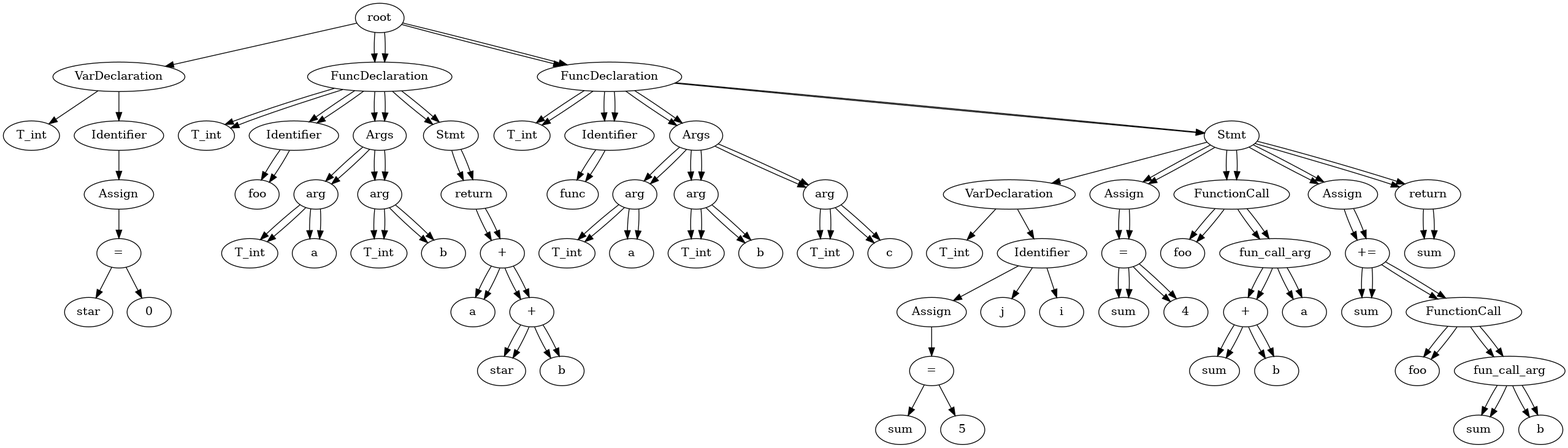
Earlier version of the Graphviz export test.gv.png (Jstar49/starCC). Its source is kept beside it as test.gv. The source it was exported from:
```dot
digraph {
	None [label=root]
	0 [label=VarDeclaration]
	None -> 0
	1 [label=T_int]
	0 -> 1
	2 [label=Identifier]
	0 -> 2
	3 [label=Assign]
	2 -> 3
	5 [label="="]
	3 -> 5
	4 [label=star]
	5 -> 4
	6 [label=0]
	5 -> 6
	7 [label=FuncDeclaration]
	None -> 7
	8 [label=T_int]
	7 -> 8
	9 [label=Identifier]
	7 -> 9
	10 [label=foo]
	9 -> 10
	11 [label=Args]
	7 -> 11
	12 [label=arg]
	11 -> 12
	13 [label=T_int]
	12 -> 13
	14 [label=a]
	12 -> 14
	15 [label=arg]
	11 -> 15
	16 [label=T_int]
	15 -> 16
	17 [label=b]
	15 -> 17
	18 [label=Stmt]
	7 -> 18
	19 [label=return]
	18 -> 19
	21 [label="+"]
	19 -> 21
	20 [label=a]
	21 -> 20
	23 [label="+"]
	21 -> 23
	22 [label=star]
	23 -> 22
	24 [label=b]
	23 -> 24
	25 [label=FuncDeclaration]
	None -> 25
	26 [label=T_int]
	25 -> 26
	27 [label=Identifier]
	25 -> 27
	28 [label=func]
	27 -> 28
	29 [label=Args]
	25 -> 29
	30 [label=arg]
	29 -> 30
	31 [label=T_int]
	30 -> 31
	32 [label=a]
	30 -> 32
	33 [label=arg]
	29 -> 33
	34 [label=T_int]
	33 -> 34
	35 [label=b]
	33 -> 35
	36 [label=arg]
	29 -> 36
	37 [label=T_int]
	36 -> 37
	38 [label=c]
	36 -> 38
	39 [label=Stmt]
	25 -> 39
	40 [label=VarDeclaration]
	39 -> 40
	41 [label=T_int]
	40 -> 41
	42 [label=Identifier]
	40 -> 42
	43 [label=Assign]
	42 -> 43
	45 [label="="]
	43 -> 45
	44 [label=sum]
	45 -> 44
	46 [label=5]
	45 -> 46
	47 [label=j]
	42 -> 47
	48 [label=i]
	42 -> 48
	49 [label=Assign]
	39 -> 49
	51 [label="="]
	49 -> 51
	50 [label=sum]
	51 -> 50
	52 [label=4]
	51 -> 52
	53 [label=FunctionCall]
	39 -> 53
	54 [label=foo]
	53 -> 54
	55 [label=fun_call_arg]
	53 -> 55
	57 [label="+"]
	55 -> 57
	56 [label=sum]
	57 -> 56
	58 [label=b]
	57 -> 58
	59 [label=a]
	55 -> 59
	60 [label=Assign]
	39 -> 60
	62 [label="+="]
	60 -> 62
	61 [label=sum]
	62 -> 61
	63 [label=FunctionCall]
	62 -> 63
	64 [label=foo]
	63 -> 64
	65 [label=fun_call_arg]
	63 -> 65
	66 [label=sum]
	65 -> 66
	67 [label=b]
	65 -> 67
	68 [label=return]
	39 -> 68
	69 [label=sum]
	68 -> 69
	None [label=root]
	7 [label=FuncDeclaration]
	None -> 7
	8 [label=T_int]
	7 -> 8
	9 [label=Identifier]
	7 -> 9
	10 [label=foo]
	9 -> 10
	11 [label=Args]
	7 -> 11
	12 [label=arg]
	11 -> 12
	13 [label=T_int]
	12 -> 13
	14 [label=a]
	12 -> 14
	15 [label=arg]
	11 -> 15
	16 [label=T_int]
	15 -> 16
	17 [label=b]
	15 -> 17
	18 [label=Stmt]
	7 -> 18
	19 [label=return]
	18 -> 19
	21 [label="+"]
	19 -> 21
	20 [label=a]
	21 -> 20
	23 [label="+"]
	21 -> 23
	22 [label=star]
	23 -> 22
	24 [label=b]
	23 -> 24
	25 [label=FuncDeclaration]
	None -> 25
	26 [label=T_int]
	25 -> 26
	27 [label=Identifier]
	25 -> 27
	28 [label=func]
	27 -> 28
	29 [label=Args]
	25 -> 29
	30 [label=arg]
	29 -> 30
	31 [label=T_int]
	30 -> 31
	32 [label=a]
	30 -> 32
	33 [label=arg]
	29 -> 33
	34 [label=T_int]
	33 -> 34
	35 [label=b]
	33 -> 35
	36 [label=arg]
	29 -> 36
	37 [label=T_int]
	36 -> 37
	38 [label=c]
	36 -> 38
	39 [label=Stmt]
	25 -> 39
	49 [label=Assign]
	39 -> 49
	51 [label="="]
	49 -> 51
	50 [label=sum]
	51 -> 50
	52 [label=4]
	51 -> 52
	53 [label=FunctionCall]
	39 -> 53
	54 [label=foo]
	53 -> 54
	55 [label=fun_call_arg]
	53 -> 55
	57 [label="+"]
	55 -> 57
	56 [label=sum]
	57 -> 56
	58 [label=b]
	57 -> 58
	59 [label=a]
	55 -> 59
	60 [label=Assign]
	39 -> 60
	62 [label="+="]
	60 -> 62
	61 [label=sum]
	62 -> 61
	63 [label=FunctionCall]
	62 -> 63
	64 [label=foo]
	63 -> 64
	65 [label=fun_call_arg]
	63 -> 65
	66 [label=sum]
	65 -> 66
	67 [label=b]
	65 -> 67
	68 [label=return]
	39 -> 68
	69 [label=sum]
	68 -> 69
}
```
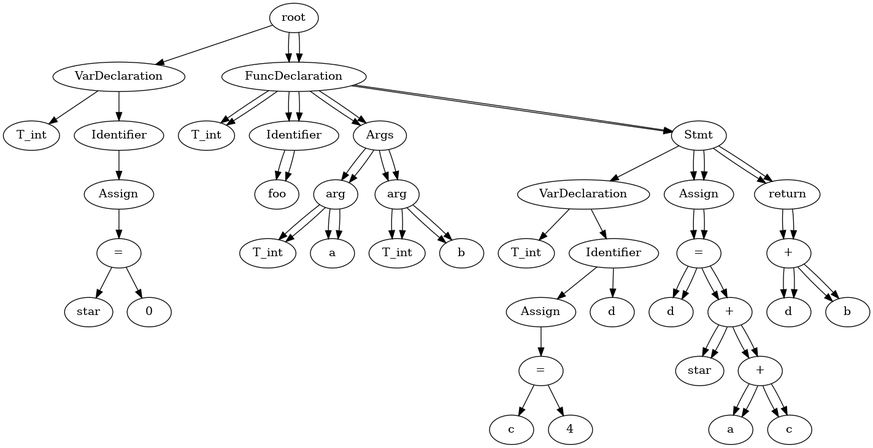
Above is the later version.

Change to the diagram source:
```diff
@@ -38,108 +38,46 @@
 	15 -> 17
 	18 [label=Stmt]
 	7 -> 18
-	19 [label=return]
+	19 [label=VarDeclaration]
 	18 -> 19
-	21 [label="+"]
+	20 [label=T_int]
+	19 -> 20
+	21 [label=Identifier]
 	19 -> 21
-	20 [label=a]
-	21 -> 20
-	23 [label="+"]
-	21 -> 23
-	22 [label=star]
-	23 -> 22
-	24 [label=b]
-	23 -> 24
-	25 [label=FuncDeclaration]
-	None -> 25
-	26 [label=T_int]
-	25 -> 26
-	27 [label=Identifier]
-	25 -> 27
-	28 [label=func]
-	27 -> 28
-	29 [label=Args]
-	25 -> 29
-	30 [label=arg]
-	29 -> 30
-	31 [label=T_int]
-	30 -> 31
+	22 [label=Assign]
+	21 -> 22
+	24 [label="="]
+	22 -> 24
+	23 [label=c]
+	24 -> 23
+	25 [label=4]
+	24 -> 25
+	26 [label=d]
+	21 -> 26
+	27 [label=Assign]
+	18 -> 27
+	29 [label="="]
+	27 -> 29
+	28 [label=d]
+	29 -> 28
+	31 [label="+"]
+	29 -> 31
+	30 [label=star]
+	31 -> 30
+	33 [label="+"]
+	31 -> 33
 	32 [label=a]
-	30 -> 32
-	33 [label=arg]
-	29 -> 33
-	34 [label=T_int]
+	33 -> 32
+	34 [label=c]
 	33 -> 34
-	35 [label=b]
-	33 -> 35
-	36 [label=arg]
-	29 -> 36
-	37 [label=T_int]
-	36 -> 37
-	38 [label=c]
-	36 -> 38
-	39 [label=Stmt]
-	25 -> 39
-	40 [label=VarDeclaration]
-	39 -> 40
-	41 [label=T_int]
-	40 -> 41
-	42 [label=Identifier]
-	40 -> 42
-	43 [label=Assign]
-	42 -> 43
-	45 [label="="]
-	43 -> 45
-	44 [label=sum]
-	45 -> 44
-	46 [label=5]
-	45 -> 46
-	47 [label=j]
-	42 -> 47
-	48 [label=i]
-	42 -> 48
-	49 [label=Assign]
-	39 -> 49
-	51 [label="="]
-	49 -> 51
-	50 [label=sum]
-	51 -> 50
-	52 [label=4]
-	51 -> 52
-	53 [label=FunctionCall]
-	39 -> 53
-	54 [label=foo]
-	53 -> 54
-	55 [label=fun_call_arg]
-	53 -> 55
-	57 [label="+"]
-	55 -> 57
-	56 [label=sum]
-	57 -> 56
-	58 [label=b]
-	57 -> 58
-	59 [label=a]
-	55 -> 59
-	60 [label=Assign]
-	39 -> 60
-	62 [label="+="]
-	60 -> 62
-	61 [label=sum]
-	62 -> 61
-	63 [label=FunctionCall]
-	62 -> 63
-	64 [label=foo]
-	63 -> 64
-	65 [label=fun_call_arg]
-	63 -> 65
-	66 [label=sum]
-	65 -> 66
-	67 [label=b]
-	65 -> 67
-	68 [label=return]
-	39 -> 68
-	69 [label=sum]
-	68 -> 69
+	35 [label=return]
+	18 -> 35
+	37 [label="+"]
+	35 -> 37
+	36 [label=d]
+	37 -> 36
+	38 [label=b]
+	37 -> 38
 	None [label=root]
 	7 [label=FuncDeclaration]
 	None -> 7
@@ -165,88 +103,28 @@
 	15 -> 17
 	18 [label=Stmt]
 	7 -> 18
-	19 [label=return]
-	18 -> 19
-	21 [label="+"]
-	19 -> 21
-	20 [label=a]
-	21 -> 20
-	23 [label="+"]
-	21 -> 23
-	22 [label=star]
-	23 -> 22
-	24 [label=b]
-	23 -> 24
-	25 [label=FuncDeclaration]
-	None -> 25
-	26 [label=T_int]
-	25 -> 26
-	27 [label=Identifier]
-	25 -> 27
-	28 [label=func]
-	27 -> 28
-	29 [label=Args]
-	25 -> 29
-	30 [label=arg]
-	29 -> 30
-	31 [label=T_int]
-	30 -> 31
+	27 [label=Assign]
+	18 -> 27
+	29 [label="="]
+	27 -> 29
+	28 [label=d]
+	29 -> 28
+	31 [label="+"]
+	29 -> 31
+	30 [label=star]
+	31 -> 30
+	33 [label="+"]
+	31 -> 33
 	32 [label=a]
-	30 -> 32
-	33 [label=arg]
-	29 -> 33
-	34 [label=T_int]
+	33 -> 32
+	34 [label=c]
 	33 -> 34
-	35 [label=b]
-	33 -> 35
-	36 [label=arg]
-	29 -> 36
-	37 [label=T_int]
-	36 -> 37
-	38 [label=c]
-	36 -> 38
-	39 [label=Stmt]
-	25 -> 39
-	49 [label=Assign]
-	39 -> 49
-	51 [label="="]
-	49 -> 51
-	50 [label=sum]
-	51 -> 50
-	52 [label=4]
-	51 -> 52
-	53 [label=FunctionCall]
-	39 -> 53
-	54 [label=foo]
-	53 -> 54
-	55 [label=fun_call_arg]
-	53 -> 55
-	57 [label="+"]
-	55 -> 57
-	56 [label=sum]
-	57 -> 56
-	58 [label=b]
-	57 -> 58
-	59 [label=a]
-	55 -> 59
-	60 [label=Assign]
-	39 -> 60
-	62 [label="+="]
-	60 -> 62
-	61 [label=sum]
-	62 -> 61
-	63 [label=FunctionCall]
-	62 -> 63
-	64 [label=foo]
-	63 -> 64
-	65 [label=fun_call_arg]
-	63 -> 65
-	66 [label=sum]
-	65 -> 66
-	67 [label=b]
-	65 -> 67
-	68 [label=return]
-	39 -> 68
-	69 [label=sum]
-	68 -> 69
+	35 [label=return]
+	18 -> 35
+	37 [label="+"]
+	35 -> 37
+	36 [label=d]
+	37 -> 36
+	38 [label=b]
+	37 -> 38
 }
```
